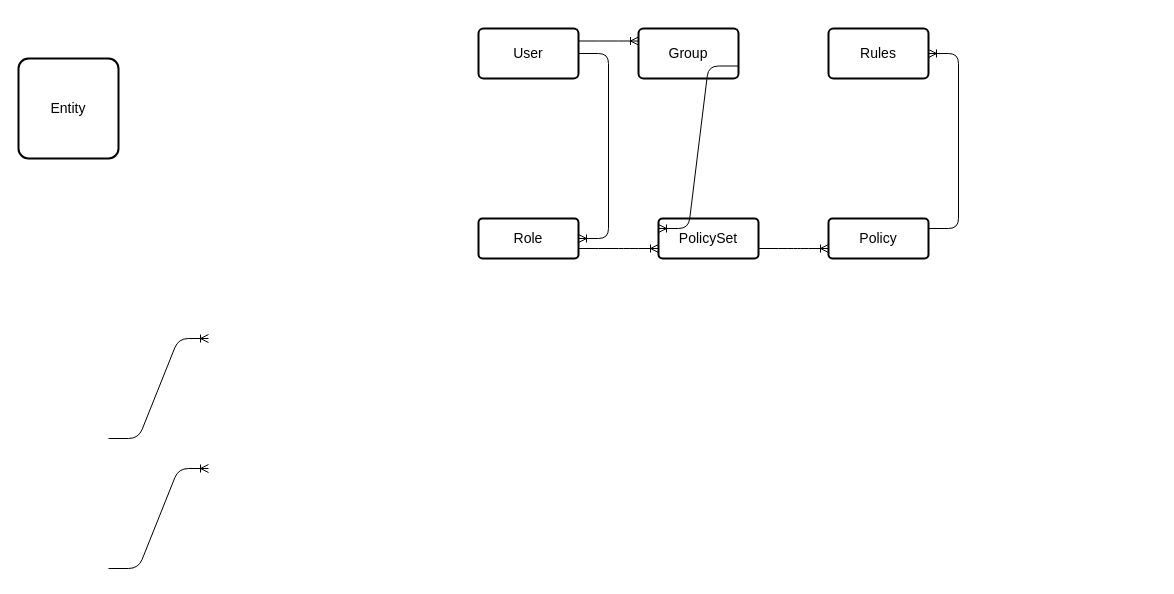
Above: IAM Diagram.drawio in davinderrai/drawio (draw.io), before the change. Source tidied: cells renumbered, new cells numbered last; positions are measured from the earlier drawing's top-left corner, leaving out a move shared by most shapes. Both pictures are drawn from the tidied source at 100%, with x=0, y=0 at pixel (18, 28).
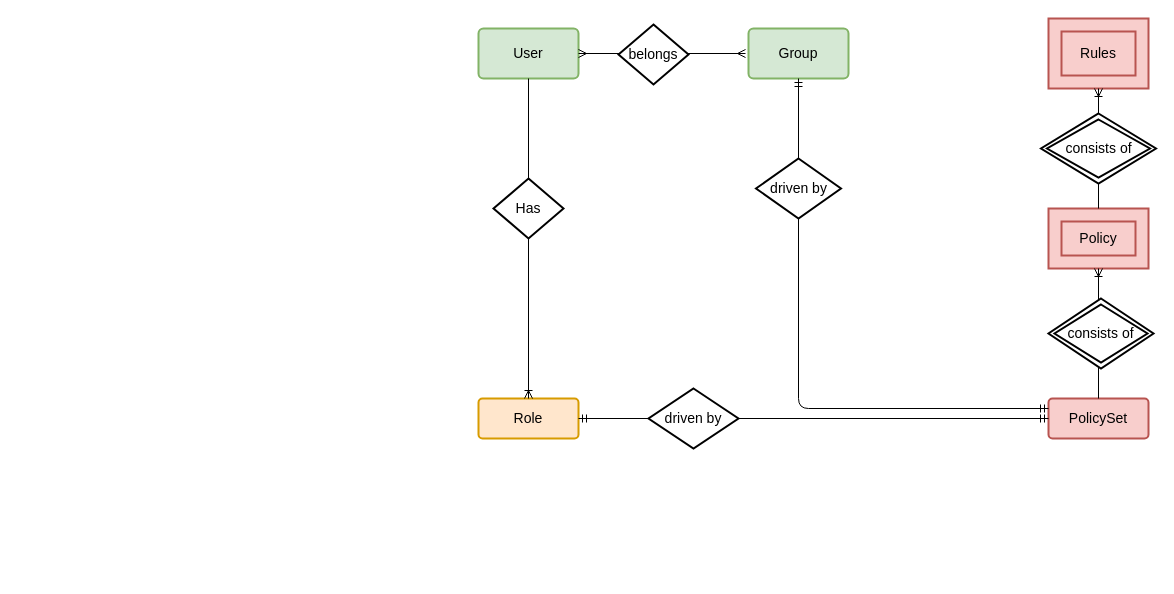
The same page after the edit.

Diff of the diagram source:
```diff
@@
-    <mxCell id="2" value="Entity" style="strokeWidth=2;rounded=1;arcSize=10;whiteSpace=wrap;html=1;align=center;fontSize=14;" parent="1" vertex="1">
-      <mxGeometry y="30" width="100" height="100" as="geometry" />
-    </mxCell>
-    <mxCell id="3" value="User" style="strokeWidth=2;rounded=1;arcSize=10;whiteSpace=wrap;html=1;align=center;fontSize=14;" parent="1" vertex="1">
+    <mxCell id="3" value="User" style="strokeWidth=2;rounded=1;arcSize=10;whiteSpace=wrap;html=1;align=center;fontSize=14;fillColor=#d5e8d4;strokeColor=#82b366;" parent="1" vertex="1">
       <mxGeometry x="460" width="100" height="50" as="geometry" />
     </mxCell>
-    <mxCell id="4" value="Group" style="strokeWidth=2;rounded=1;arcSize=10;whiteSpace=wrap;html=1;align=center;fontSize=14;" parent="1" vertex="1">
-      <mxGeometry x="620" width="100" height="50" as="geometry" />
+    <mxCell id="4" value="Group" style="strokeWidth=2;rounded=1;arcSize=10;whiteSpace=wrap;html=1;align=center;fontSize=14;fillColor=#d5e8d4;strokeColor=#82b366;" parent="1" vertex="1">
+      <mxGeometry x="730" width="100" height="50" as="geometry" />
     </mxCell>
-    <mxCell id="5" value="Role" style="strokeWidth=2;rounded=1;arcSize=10;whiteSpace=wrap;html=1;align=center;fontSize=14;" parent="1" vertex="1">
-      <mxGeometry x="460" y="190" width="100" height="40" as="geometry" />
+    <mxCell id="5" value="Role" style="strokeWidth=2;rounded=1;arcSize=10;whiteSpace=wrap;html=1;align=center;fontSize=14;fillColor=#ffe6cc;strokeColor=#d79b00;" parent="1" vertex="1">
+      <mxGeometry x="460" y="370" width="100" height="40" as="geometry" />
     </mxCell>
-    <mxCell id="6" value="PolicySet" style="strokeWidth=2;rounded=1;arcSize=10;whiteSpace=wrap;html=1;align=center;fontSize=14;" parent="1" vertex="1">
-      <mxGeometry x="640" y="190" width="100" height="40" as="geometry" />
+    <mxCell id="6" value="PolicySet" style="strokeWidth=2;rounded=1;arcSize=10;whiteSpace=wrap;html=1;align=center;fontSize=14;fillColor=#f8cecc;strokeColor=#b85450;" parent="1" vertex="1">
+      <mxGeometry x="1030" y="370" width="100" height="40" as="geometry" />
     </mxCell>
+    <mxCell id="8" value="Rules" style="shape=ext;strokeWidth=2;margin=10;double=1;whiteSpace=wrap;html=1;align=center;fontSize=14;fillColor=#f8cecc;strokeColor=#b85450;" parent="1" vertex="1">
+      <mxGeometry x="1030" y="-10" width="100" height="70" as="geometry" />
+    </mxCell>
-    <mxCell id="7" value="Policy" style="strokeWidth=2;rounded=1;arcSize=10;whiteSpace=wrap;html=1;align=center;fontSize=14;" parent="1" vertex="1">
-      <mxGeometry x="810" y="190" width="100" height="40" as="geometry" />
+    <mxCell id="7" value="Policy" style="shape=ext;strokeWidth=2;margin=10;double=1;whiteSpace=wrap;html=1;align=center;fontSize=14;fillColor=#f8cecc;strokeColor=#b85450;" parent="1" vertex="1">
+      <mxGeometry x="1030" y="180" width="100" height="60" as="geometry" />
     </mxCell>
-    <mxCell id="8" value="Rules" style="strokeWidth=2;rounded=1;arcSize=10;whiteSpace=wrap;html=1;align=center;fontSize=14;" parent="1" vertex="1">
-      <mxGeometry x="810" width="100" height="50" as="geometry" />
-    </mxCell>
-    <mxCell id="9" style="edgeStyle=entityRelationEdgeStyle;fontSize=12;html=1;endArrow=ERoneToMany;" parent="1" edge="1">
-      <mxGeometry relative="1" as="geometry">
-        <mxPoint x="90" y="410" as="sourcePoint" />
-        <mxPoint x="190" y="310" as="targetPoint" />
-      </mxGeometry>
-    </mxCell>
-    <mxCell id="10" style="edgeStyle=entityRelationEdgeStyle;fontSize=12;html=1;endArrow=ERoneToMany;" parent="1" edge="1">
-      <mxGeometry relative="1" as="geometry">
-        <mxPoint x="90" y="540" as="sourcePoint" />
-        <mxPoint x="190" y="440" as="targetPoint" />
-      </mxGeometry>
-    </mxCell>
+    <mxCell id="17" style="edgeStyle=orthogonalEdgeStyle;fontSize=12;html=1;endArrow=ERmany;startArrow=ERmany;exitX=1;exitY=0.5;exitDx=0;exitDy=0;" parent="1" edge="1" source="3">
+      <mxGeometry relative="1" as="geometry">
+        <mxPoint x="727" y="25" as="targetPoint" />
+      </mxGeometry>
+    </mxCell>
+    <mxCell id="18" value="belongs" style="shape=rhombus;strokeWidth=2;fontSize=17;perimeter=rhombusPerimeter;whiteSpace=wrap;html=1;align=center;fontSize=14;" parent="1" vertex="1">
+      <mxGeometry x="600" y="-4" width="70" height="60" as="geometry" />
+    </mxCell>
-    <mxCell id="11" style="edgeStyle=entityRelationEdgeStyle;fontSize=12;html=1;endArrow=ERoneToMany;" parent="1" edge="1" source="3" target="5">
+    <mxCell id="11" style="edgeStyle=orthogonalEdgeStyle;fontSize=12;html=1;endArrow=ERoneToMany;exitX=0.5;exitY=1;exitDx=0;exitDy=0;entryX=0.5;entryY=0;entryDx=0;entryDy=0;" parent="1" edge="1" source="3" target="5">
       <mxGeometry relative="1" as="geometry" />
     </mxCell>
-    <mxCell id="12" style="edgeStyle=entityRelationEdgeStyle;fontSize=12;html=1;endArrow=ERoneToMany;exitX=1;exitY=0.25;exitDx=0;exitDy=0;entryX=0;entryY=0.25;entryDx=0;entryDy=0;" parent="1" edge="1" source="3" target="4">
-      <mxGeometry relative="1" as="geometry" />
-    </mxCell>
+    <mxCell id="19" value="Has" style="shape=rhombus;strokeWidth=2;fontSize=17;perimeter=rhombusPerimeter;whiteSpace=wrap;html=1;align=center;fontSize=14;" parent="1" vertex="1">
+      <mxGeometry x="475" y="150" width="70" height="60" as="geometry" />
+    </mxCell>
-    <mxCell id="13" style="edgeStyle=entityRelationEdgeStyle;fontSize=12;html=1;endArrow=ERoneToMany;entryX=0;entryY=0.75;entryDx=0;entryDy=0;exitX=1;exitY=0.75;exitDx=0;exitDy=0;" parent="1" edge="1" source="5" target="6">
+    <mxCell id="13" style="edgeStyle=orthogonalEdgeStyle;fontSize=12;html=1;endArrow=ERmandOne;startArrow=ERmandOne;exitX=1;exitY=0.5;exitDx=0;exitDy=0;entryX=0;entryY=0.5;entryDx=0;entryDy=0;" parent="1" edge="1" source="5" target="6">
       <mxGeometry relative="1" as="geometry" />
     </mxCell>
+    <mxCell id="20" value="driven by" style="shape=rhombus;strokeWidth=2;fontSize=17;perimeter=rhombusPerimeter;whiteSpace=wrap;html=1;align=center;fontSize=14;" parent="1" vertex="1">
+      <mxGeometry x="630" y="360" width="90" height="60" as="geometry" />
+    </mxCell>
+    <mxCell id="16" style="edgeStyle=orthogonalEdgeStyle;fontSize=12;html=1;endArrow=ERmandOne;startArrow=ERmandOne;exitX=0.5;exitY=1;exitDx=0;exitDy=0;entryX=0;entryY=0.25;entryDx=0;entryDy=0;" parent="1" edge="1" source="4" target="6">
+      <mxGeometry relative="1" as="geometry" />
+    </mxCell>
+    <mxCell id="21" value="driven by" style="shape=rhombus;strokeWidth=2;fontSize=17;perimeter=rhombusPerimeter;whiteSpace=wrap;html=1;align=center;fontSize=14;" parent="1" vertex="1">
+      <mxGeometry x="737.5" y="130" width="85" height="60" as="geometry" />
+    </mxCell>
-    <mxCell id="14" style="edgeStyle=entityRelationEdgeStyle;fontSize=12;html=1;endArrow=ERoneToMany;entryX=0;entryY=0.75;entryDx=0;entryDy=0;exitX=1;exitY=0.75;exitDx=0;exitDy=0;" parent="1" edge="1" source="6" target="7">
+    <mxCell id="14" style="edgeStyle=orthogonalEdgeStyle;fontSize=12;html=1;endArrow=ERoneToMany;exitX=0.5;exitY=0;exitDx=0;exitDy=0;entryX=0.5;entryY=1;entryDx=0;entryDy=0;" parent="1" edge="1" source="6" target="7">
       <mxGeometry relative="1" as="geometry" />
     </mxCell>
+    <mxCell id="22" value="consists of" style="shape=rhombus;double=1;strokeWidth=2;fontSize=17;perimeter=rhombusPerimeter;whiteSpace=wrap;html=1;align=center;fontSize=14;" parent="1" vertex="1">
+      <mxGeometry x="1030" y="270" width="105" height="70" as="geometry" />
+    </mxCell>
-    <mxCell id="15" style="edgeStyle=entityRelationEdgeStyle;fontSize=12;html=1;endArrow=ERoneToMany;exitX=1;exitY=0.25;exitDx=0;exitDy=0;" parent="1" edge="1" source="7" target="8">
+    <mxCell id="15" style="edgeStyle=orthogonalEdgeStyle;fontSize=12;html=1;endArrow=ERoneToMany;exitX=0.5;exitY=0;exitDx=0;exitDy=0;entryX=0.5;entryY=1;entryDx=0;entryDy=0;" parent="1" edge="1" source="7" target="8">
       <mxGeometry relative="1" as="geometry" />
     </mxCell>
-    <mxCell id="16" style="edgeStyle=entityRelationEdgeStyle;fontSize=12;html=1;endArrow=ERoneToMany;exitX=1;exitY=0.75;exitDx=0;exitDy=0;entryX=0;entryY=0.25;entryDx=0;entryDy=0;" parent="1" edge="1" source="4" target="6">
-      <mxGeometry relative="1" as="geometry" />
-    </mxCell>
+    <mxCell id="23" value="consists of" style="shape=rhombus;double=1;strokeWidth=2;fontSize=17;perimeter=rhombusPerimeter;whiteSpace=wrap;html=1;align=center;fontSize=14;" parent="1" vertex="1">
+      <mxGeometry x="1022.5" y="85" width="115" height="70" as="geometry" />
+    </mxCell>
```
